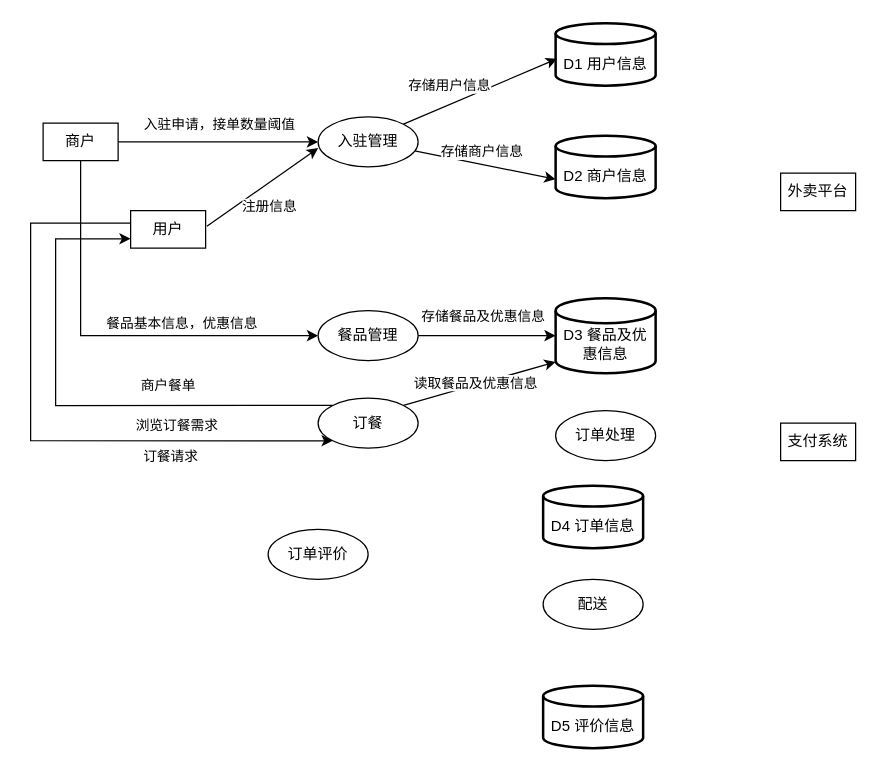
Earlier version of the draw.io diagram 3,4 章 53题 第4小题.drawio (Jackrainman/draw.io). Source tidied: cells renumbered, new cells numbered last; positions are measured from the earlier drawing's top-left corner, leaving out a move shared by most shapes. Both pictures are drawn from the tidied source at 125%, with x=0, y=0 at pixel (30, 22).
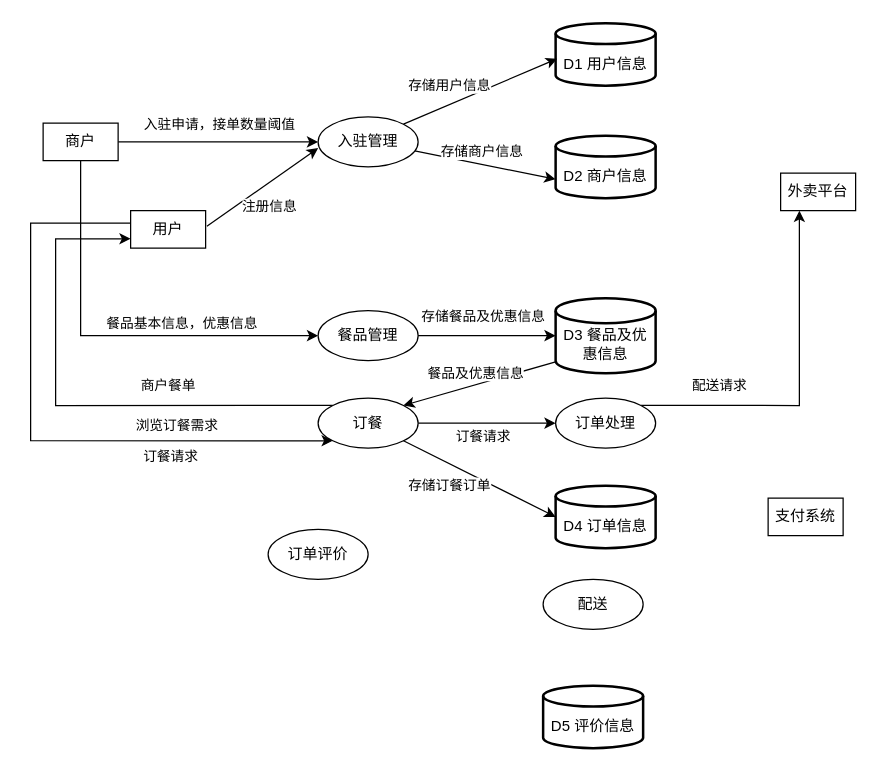
The same diagram, later.

Commit message (it also covers changes not shown here):
更新3,4 章 53题 第4小题.drawio

The change refers to these unchanged cells:
```xml
<mxCell id="11" value="外卖平台" style="rounded=0;whiteSpace=wrap;html=1;" parent="1" vertex="1">
  <mxGeometry x="600" y="120" width="60" height="30" as="geometry" />
</mxCell>
<mxCell id="19" value="订餐" style="ellipse;whiteSpace=wrap;html=1;" parent="1" vertex="1">
  <mxGeometry x="230" y="300" width="80" height="40" as="geometry" />
</mxCell>
<mxCell id="25" value="&lt;div&gt;&lt;br&gt;&lt;/div&gt;D3 餐品及优惠信息" style="strokeWidth=2;html=1;shape=mxgraph.flowchart.database;whiteSpace=wrap;" parent="1" vertex="1">
  <mxGeometry x="420" y="220" width="80" height="60" as="geometry" />
</mxCell>
```

What changed in the source:
```diff
@@
     <mxCell id="12" value="支付系统" style="rounded=0;whiteSpace=wrap;html=1;" parent="1" vertex="1">
-      <mxGeometry x="600" y="320" width="60" height="30" as="geometry" />
+      <mxGeometry x="590" y="380" width="60" height="30" as="geometry" />
     </mxCell>
@@
+    <mxCell id="36" style="edgeStyle=orthogonalEdgeStyle;rounded=0;jettySize=auto;html=1;exitX=1;exitY=0.5;exitDx=0;exitDy=0;entryX=0;entryY=0.5;entryDx=0;entryDy=0;" parent="1" edge="1" source="19" target="21">
+      <mxGeometry relative="1" as="geometry" />
+    </mxCell>
+    <mxCell id="37" value="订餐请求" style="edgeLabel;html=1;align=center;verticalAlign=middle;" parent="36" vertex="1">
+      <mxGeometry x="-0.08" relative="1" as="geometry">
+        <mxPoint y="10" as="offset" />
+      </mxGeometry>
+    </mxCell>
@@
+    <mxCell id="38" style="edgeStyle=orthogonalEdgeStyle;rounded=0;jettySize=auto;html=1;exitX=1;exitY=0;exitDx=0;exitDy=0;entryX=0.25;entryY=1;entryDx=0;entryDy=0;" parent="1" edge="1" source="21" target="11">
+      <mxGeometry relative="1" as="geometry" />
+    </mxCell>
+    <mxCell id="39" value="配送请求" style="edgeLabel;html=1;align=center;verticalAlign=middle;" parent="38" vertex="1">
+      <mxGeometry x="-0.62" relative="1" as="geometry">
+        <mxPoint x="8" y="-16" as="offset" />
+      </mxGeometry>
+    </mxCell>
     <mxCell id="21" value="订单处理" style="ellipse;whiteSpace=wrap;html=1;" parent="1" vertex="1">
-      <mxGeometry x="420" y="310" width="80" height="40" as="geometry" />
+      <mxGeometry x="420" y="300" width="80" height="40" as="geometry" />
     </mxCell>
@@
     <mxCell id="26" value="&lt;div&gt;&lt;br&gt;&lt;/div&gt;D4&lt;span style=&quot;background-color: transparent; color: light-dark(rgb(0, 0, 0), rgb(255, 255, 255));&quot;&gt;&amp;nbsp;订单信息&lt;/span&gt;" style="strokeWidth=2;html=1;shape=mxgraph.flowchart.database;whiteSpace=wrap;" parent="1" vertex="1">
-      <mxGeometry x="410" y="370" width="80" height="50" as="geometry" />
+      <mxGeometry x="420" y="370" width="80" height="50" as="geometry" />
     </mxCell>
@@
-    <mxCell id="34" style="rounded=0;jettySize=auto;html=1;exitX=1;exitY=0;exitDx=0;exitDy=0;entryX=0;entryY=0.85;entryDx=0;entryDy=0;entryPerimeter=0;" parent="1" edge="1" source="19" target="25">
+    <mxCell id="34" style="rounded=0;jettySize=auto;html=1;exitX=1;exitY=0;exitDx=0;exitDy=0;entryX=0;entryY=0.85;entryDx=0;entryDy=0;entryPerimeter=0;startArrow=classic;startFill=1;endArrow=none;endFill=0;" parent="1" edge="1" source="19" target="25">
       <mxGeometry relative="1" as="geometry" />
     </mxCell>
-    <mxCell id="35" value="读取餐品及优惠信息" style="edgeLabel;html=1;align=center;verticalAlign=middle;" parent="34" vertex="1">
+    <mxCell id="35" value="餐品及优惠信息" style="edgeLabel;html=1;align=center;verticalAlign=middle;" parent="34" vertex="1">
       <mxGeometry x="-0.06" y="1" relative="1" as="geometry">
-        <mxPoint y="-1" as="offset" />
+        <mxPoint y="-9" as="offset" />
       </mxGeometry>
     </mxCell>
+    <mxCell id="40" style="rounded=0;jettySize=auto;html=1;exitX=1;exitY=1;exitDx=0;exitDy=0;entryX=0;entryY=0.5;entryDx=0;entryDy=0;entryPerimeter=0;" parent="1" edge="1" source="19" target="26">
+      <mxGeometry relative="1" as="geometry" />
+    </mxCell>
+    <mxCell id="41" value="存储订餐订单" style="edgeLabel;html=1;align=center;verticalAlign=middle;" parent="40" vertex="1">
+      <mxGeometry x="-0.19" y="2" relative="1" as="geometry">
+        <mxPoint x="-14" y="13" as="offset" />
+      </mxGeometry>
+    </mxCell>
```
